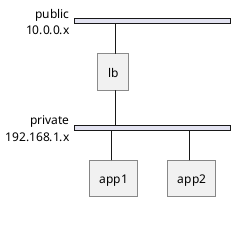
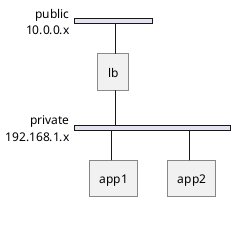
@startnwdiag
nwdiag {
  network public {
-     width = full
    address = "10.0.0.x"
    lb;
  }
  network private {
-     width = full
    address = "192.168.1.x"
    lb;
    app1;
    app2;
  }
}
@endnwdiag
